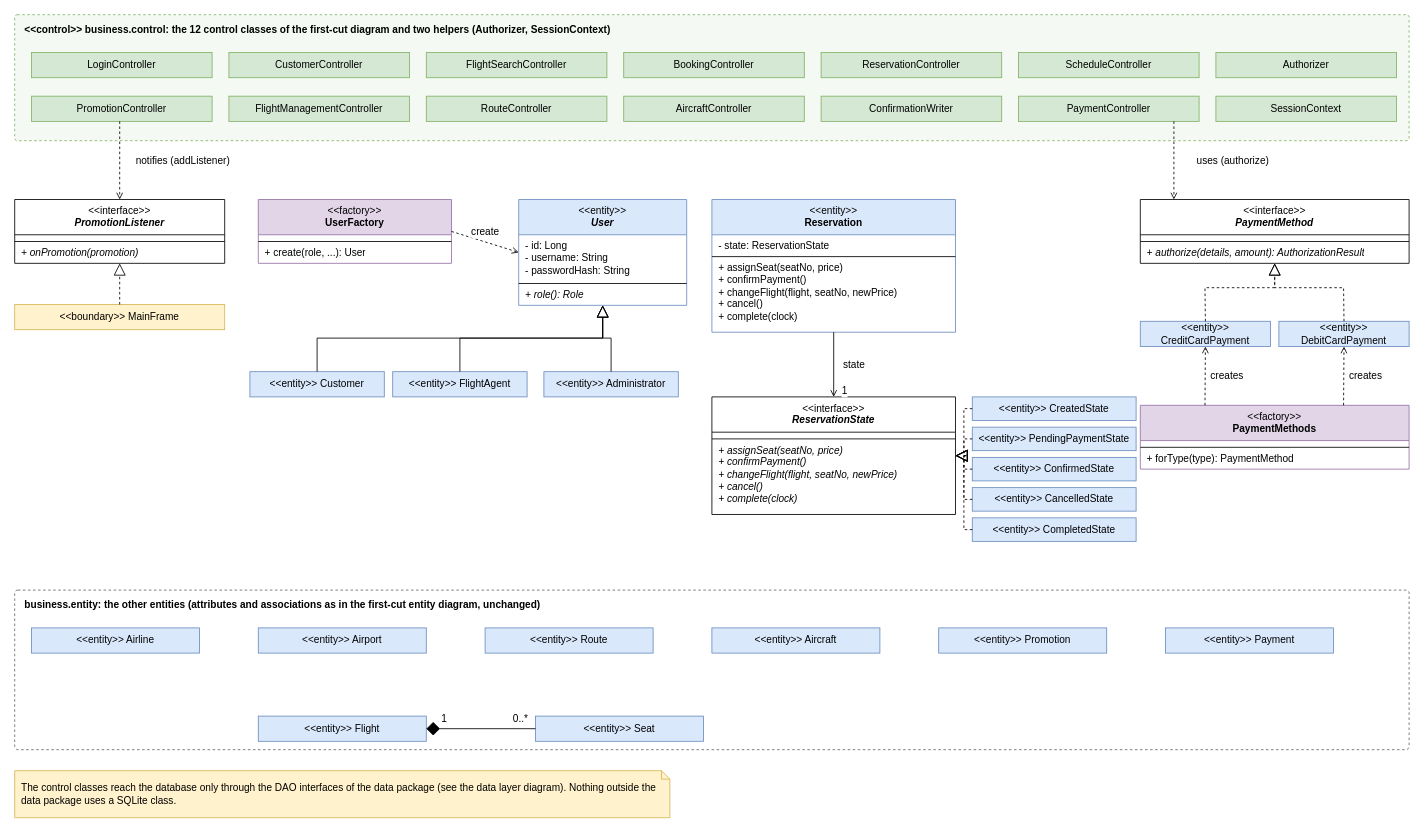
The draw.io diagram docs/diagrams/src/12-class-refined.drawio in satyambhanot/ChinookAir, before the edit. Source tidied: cells renumbered, new cells numbered last; positions are measured from the earlier drawing's top-left corner, leaving out a move shared by most shapes. Both pictures are drawn from the tidied source at 84%, with x=0, y=0 at pixel (14, 14).
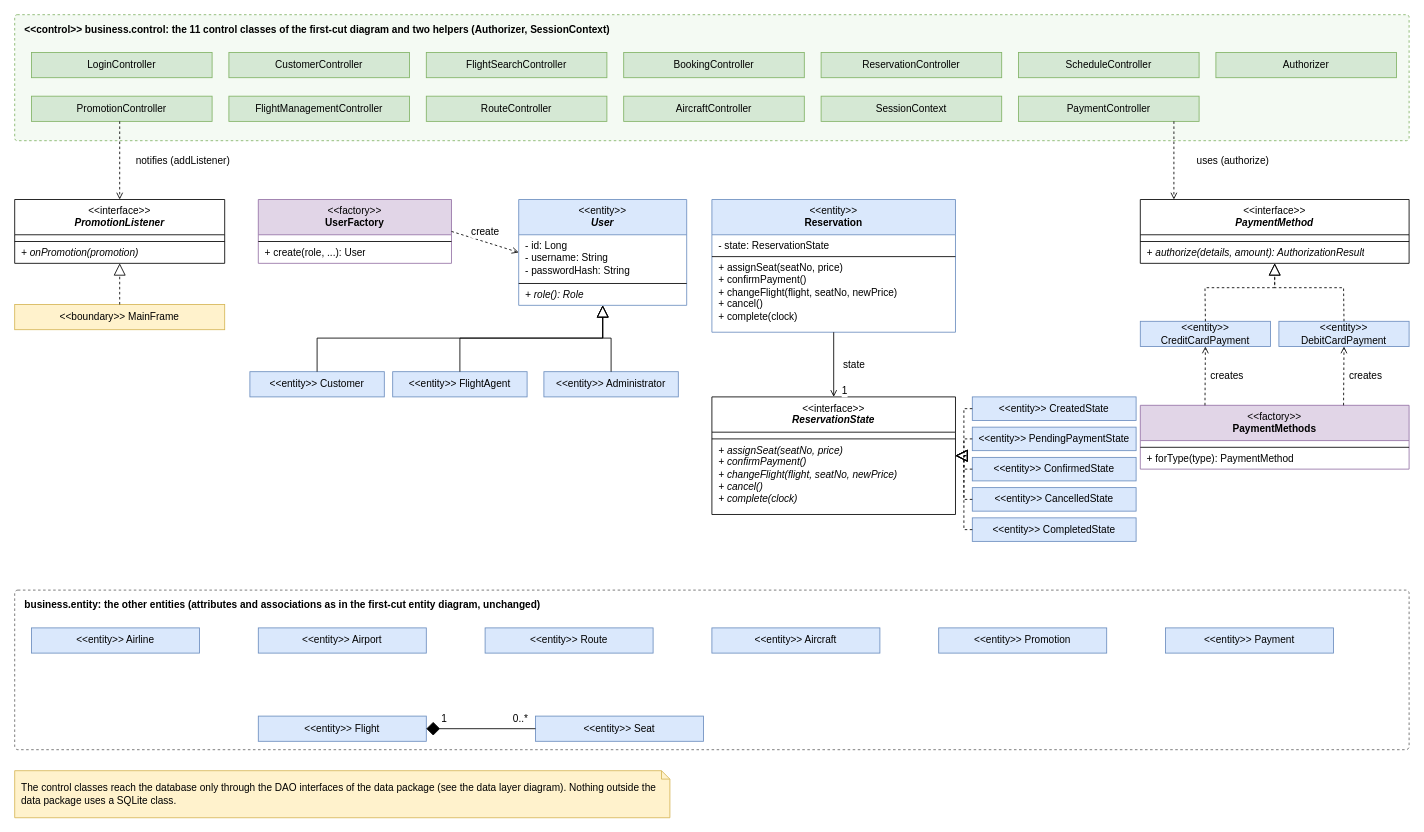
The same diagram, later.

Commit message (it also covers changes not shown here):
Move ConfirmationWriter to the data layer and add the seeder, hasher and entry point

The edit, as a diff of the source:
```diff
@@
-    <mxCell id="2" value="&amp;lt;&amp;lt;control&amp;gt;&amp;gt; business.control: the 12 control classes of the first-cut diagram and two helpers (Authorizer, SessionContext)" style="rounded=1;arcSize=2;html=1;whiteSpace=wrap;fillColor=#f4faf3;strokeColor=#82b366;dashed=1;verticalAlign=top;align=left;spacingLeft=10;spacingTop=4;fontStyle=1;fontFamily=Helvetica;fontSize=12;" parent="1" vertex="1">
+    <mxCell id="2" value="&amp;lt;&amp;lt;control&amp;gt;&amp;gt; business.control: the 11 control classes of the first-cut diagram and two helpers (Authorizer, SessionContext)" style="rounded=1;arcSize=2;html=1;whiteSpace=wrap;fillColor=#f4faf3;strokeColor=#82b366;dashed=1;verticalAlign=top;align=left;spacingLeft=10;spacingTop=4;fontStyle=1;fontFamily=Helvetica;fontSize=12;" parent="1" vertex="1">
       <mxGeometry width="1660" height="150" as="geometry" />
     </mxCell>
@@
-    <mxCell id="14" value="ConfirmationWriter" style="rounded=0;whiteSpace=wrap;html=1;fillColor=#d5e8d4;strokeColor=#82b366;fontFamily=Helvetica;fontSize=12;" parent="1" vertex="1">
-      <mxGeometry x="960" y="97" width="215" height="30" as="geometry" />
-    </mxCell>
+    <mxCell id="16" value="SessionContext" style="rounded=0;whiteSpace=wrap;html=1;fillColor=#d5e8d4;strokeColor=#82b366;fontFamily=Helvetica;fontSize=12;" parent="1" vertex="1">
+      <mxGeometry x="960" y="97" width="215" height="30" as="geometry" />
+    </mxCell>
@@
-    <mxCell id="16" value="SessionContext" style="rounded=0;whiteSpace=wrap;html=1;fillColor=#d5e8d4;strokeColor=#82b366;fontFamily=Helvetica;fontSize=12;" parent="1" vertex="1">
-      <mxGeometry x="1430" y="97" width="215" height="30" as="geometry" />
-    </mxCell>
```
